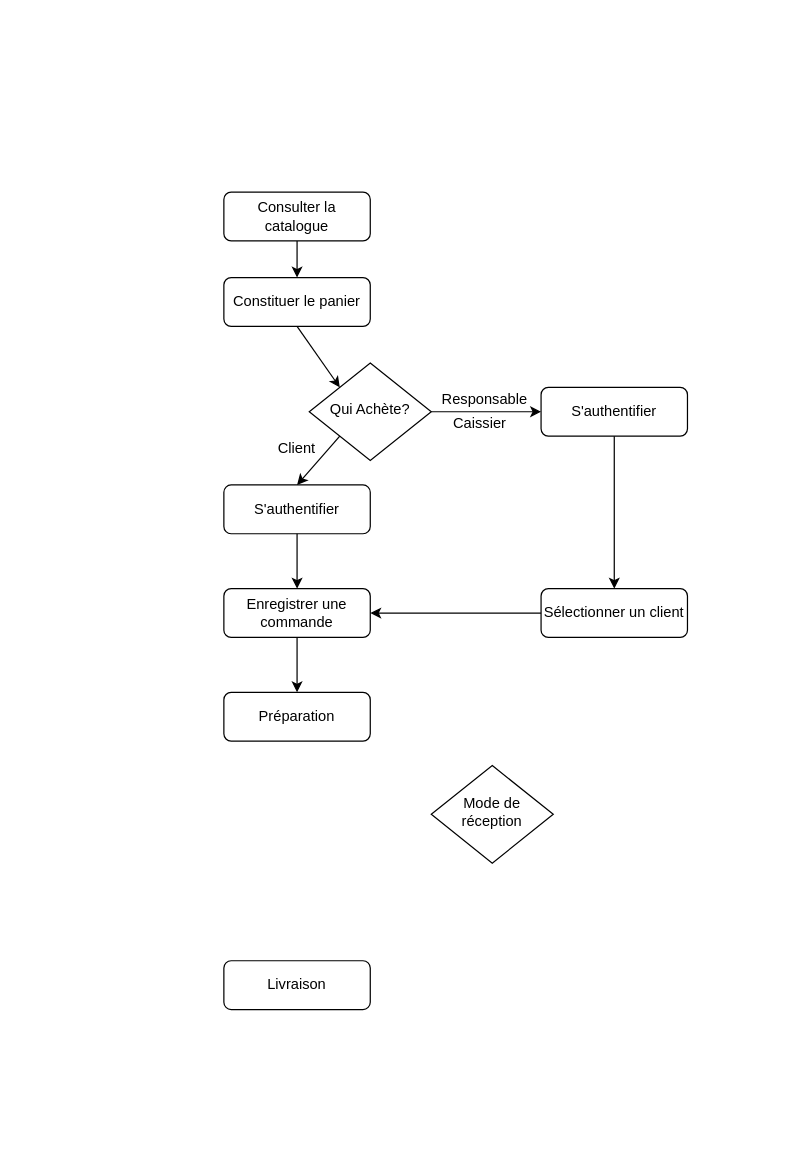
The draw.io diagram life cycle Diagram.drawio in Maayaavi/OC_Project_4, before the edit. Source tidied: cells renumbered, new cells numbered last; positions are measured from the earlier drawing's top-left corner, leaving out a move shared by most shapes. Both pictures are drawn from the tidied source at 122%, with x=0, y=0 at pixel (223, 192).
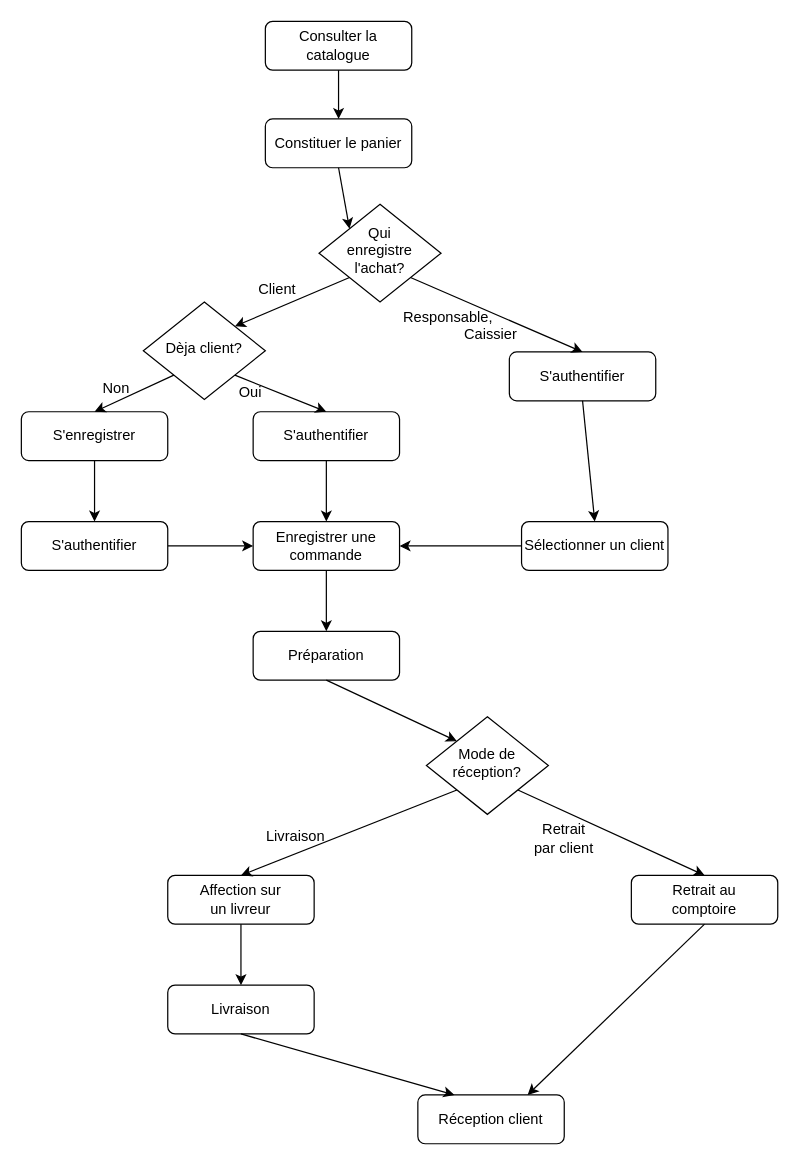
After the change.

Change to the diagram source:
```diff
@@
     <mxCell id="2" value="Consulter la catalogue" style="rounded=1;whiteSpace=wrap;html=1;fontSize=12;glass=0;strokeWidth=1;shadow=0;" parent="1" vertex="1">
-      <mxGeometry width="120" height="40" as="geometry" />
+      <mxGeometry x="34" y="-140" width="120" height="40" as="geometry" />
     </mxCell>
-    <mxCell id="3" value="Qui Achète?" style="rhombus;whiteSpace=wrap;html=1;shadow=0;fontFamily=Helvetica;fontSize=12;align=center;strokeWidth=1;spacing=6;spacingTop=-4;" parent="1" vertex="1">
-      <mxGeometry x="70" y="140" width="100" height="80" as="geometry" />
+    <mxCell id="3" value="Qui &lt;br&gt;enregistre l'achat?" style="rhombus;whiteSpace=wrap;html=1;shadow=0;fontFamily=Helvetica;fontSize=12;align=center;strokeWidth=1;spacing=6;spacingTop=-4;" parent="1" vertex="1">
+      <mxGeometry x="78" y="10" width="100" height="80" as="geometry" />
     </mxCell>
     <mxCell id="4" value="S'authentifier" style="rounded=1;whiteSpace=wrap;html=1;fontSize=12;glass=0;strokeWidth=1;shadow=0;" parent="1" vertex="1">
-      <mxGeometry x="260" y="160" width="120" height="40" as="geometry" />
+      <mxGeometry x="234" y="131" width="120" height="40" as="geometry" />
     </mxCell>
     <mxCell id="5" value="Constituer le panier" style="rounded=1;whiteSpace=wrap;html=1;fontSize=12;glass=0;strokeWidth=1;shadow=0;" parent="1" vertex="1">
-      <mxGeometry y="70" width="120" height="40" as="geometry" />
+      <mxGeometry x="34" y="-60" width="120" height="40" as="geometry" />
     </mxCell>
@@
-    <mxCell id="7" style="endArrow=classic;html=1;exitX=1;exitY=0.5;exitDx=0;exitDy=0;entryX=0;entryY=0.5;entryDx=0;entryDy=0;" parent="1" edge="1" source="3" target="4">
+    <mxCell id="7" style="endArrow=classic;html=1;exitX=1;exitY=1;exitDx=0;exitDy=0;entryX=0.5;entryY=0;entryDx=0;entryDy=0;" parent="1" edge="1" source="3" target="4">
       <mxGeometry relative="1" as="geometry" />
     </mxCell>
-    <mxCell id="8" value="Responsable" style="text;html=1;strokeColor=none;fillColor=none;align=center;verticalAlign=middle;whiteSpace=wrap;rounded=0;" parent="1" vertex="1">
-      <mxGeometry x="194" y="160" width="40" height="20" as="geometry" />
+    <mxCell id="8" value="Responsable," style="text;html=1;strokeColor=none;fillColor=none;align=center;verticalAlign=middle;whiteSpace=wrap;rounded=0;" parent="1" vertex="1">
+      <mxGeometry x="164" y="93" width="40" height="20" as="geometry" />
     </mxCell>
-    <mxCell id="9" value="Caissier" style="text;html=1;strokeColor=none;fillColor=none;align=center;verticalAlign=middle;whiteSpace=wrap;rounded=0;" parent="1" vertex="1">
-      <mxGeometry x="190" y="180" width="40" height="20" as="geometry" />
-    </mxCell>
     <mxCell id="10" value="S'authentifier" style="rounded=1;whiteSpace=wrap;html=1;fontSize=12;glass=0;strokeWidth=1;shadow=0;" parent="1" vertex="1">
-      <mxGeometry y="240" width="120" height="40" as="geometry" />
+      <mxGeometry x="24" y="180" width="120" height="40" as="geometry" />
     </mxCell>
@@
-    <mxCell id="12" style="endArrow=classic;html=1;exitX=0;exitY=1;exitDx=0;exitDy=0;entryX=0.5;entryY=0;entryDx=0;entryDy=0;" parent="1" edge="1" source="3" target="10">
+    <mxCell id="12" style="endArrow=classic;html=1;exitX=0;exitY=1;exitDx=0;exitDy=0;entryX=1;entryY=0;entryDx=0;entryDy=0;" parent="1" edge="1" source="3" target="23">
       <mxGeometry relative="1" as="geometry" />
     </mxCell>
     <mxCell id="13" value="Client" style="text;html=1;strokeColor=none;fillColor=none;align=center;verticalAlign=middle;whiteSpace=wrap;rounded=0;" parent="1" vertex="1">
-      <mxGeometry x="40" y="200" width="40" height="20" as="geometry" />
+      <mxGeometry x="24" y="70" width="40" height="20" as="geometry" />
     </mxCell>
     <mxCell id="14" value="Enregistrer une commande" style="rounded=1;whiteSpace=wrap;html=1;fontSize=12;glass=0;strokeWidth=1;shadow=0;" parent="1" vertex="1">
-      <mxGeometry y="325" width="120" height="40" as="geometry" />
+      <mxGeometry x="24" y="270" width="120" height="40" as="geometry" />
     </mxCell>
@@
     <mxCell id="16" value="Sélectionner un client" style="rounded=1;whiteSpace=wrap;html=1;fontSize=12;glass=0;strokeWidth=1;shadow=0;" parent="1" vertex="1">
-      <mxGeometry x="260" y="325" width="120" height="40" as="geometry" />
+      <mxGeometry x="244" y="270" width="120" height="40" as="geometry" />
     </mxCell>
@@
     <mxCell id="19" value="Préparation" style="rounded=1;whiteSpace=wrap;html=1;fontSize=12;glass=0;strokeWidth=1;shadow=0;" parent="1" vertex="1">
-      <mxGeometry y="410" width="120" height="40" as="geometry" />
+      <mxGeometry x="24" y="360" width="120" height="40" as="geometry" />
     </mxCell>
@@
-    <mxCell id="21" value="Livraison" style="rounded=1;whiteSpace=wrap;html=1;fontSize=12;glass=0;strokeWidth=1;shadow=0;" parent="1" vertex="1">
-      <mxGeometry y="630" width="120" height="40" as="geometry" />
+    <mxCell id="21" value="Affection sur&lt;br&gt;un livreur" style="rounded=1;whiteSpace=wrap;html=1;fontSize=12;glass=0;strokeWidth=1;shadow=0;" parent="1" vertex="1">
+      <mxGeometry x="-46" y="560" width="120" height="40" as="geometry" />
     </mxCell>
-    <mxCell id="22" value="Mode de&lt;br&gt;réception" style="rhombus;whiteSpace=wrap;html=1;shadow=0;fontFamily=Helvetica;fontSize=12;align=center;strokeWidth=1;spacing=6;spacingTop=-4;" parent="1" vertex="1">
-      <mxGeometry x="170" y="470" width="100" height="80" as="geometry" />
+    <mxCell id="22" value="Mode de&lt;br&gt;réception?" style="rhombus;whiteSpace=wrap;html=1;shadow=0;fontFamily=Helvetica;fontSize=12;align=center;strokeWidth=1;spacing=6;spacingTop=-4;" parent="1" vertex="1">
+      <mxGeometry x="166" y="430" width="100" height="80" as="geometry" />
     </mxCell>
+    <mxCell id="23" value="Dèja client?" style="rhombus;whiteSpace=wrap;html=1;shadow=0;fontFamily=Helvetica;fontSize=12;align=center;strokeWidth=1;spacing=6;spacingTop=-4;" parent="1" vertex="1">
+      <mxGeometry x="-66" y="90" width="100" height="80" as="geometry" />
+    </mxCell>
+    <mxCell id="24" style="endArrow=classic;html=1;exitX=1;exitY=1;exitDx=0;exitDy=0;entryX=0.5;entryY=0;entryDx=0;entryDy=0;" parent="1" edge="1" source="23" target="10">
+      <mxGeometry relative="1" as="geometry" />
+    </mxCell>
+    <mxCell id="25" value="S'enregistrer" style="rounded=1;whiteSpace=wrap;html=1;fontSize=12;glass=0;strokeWidth=1;shadow=0;" parent="1" vertex="1">
+      <mxGeometry x="-166" y="180" width="120" height="40" as="geometry" />
+    </mxCell>
+    <mxCell id="26" value="Oui" style="text;html=1;strokeColor=none;fillColor=none;align=center;verticalAlign=middle;whiteSpace=wrap;rounded=0;" parent="1" vertex="1">
+      <mxGeometry x="2" y="154" width="40" height="20" as="geometry" />
+    </mxCell>
+    <mxCell id="27" style="endArrow=classic;html=1;exitX=0;exitY=1;exitDx=0;exitDy=0;entryX=0.5;entryY=0;entryDx=0;entryDy=0;" parent="1" edge="1" source="23" target="25">
+      <mxGeometry relative="1" as="geometry" />
+    </mxCell>
+    <mxCell id="28" style="endArrow=classic;html=1;exitX=1;exitY=0.5;exitDx=0;exitDy=0;entryX=0;entryY=0.5;entryDx=0;entryDy=0;" parent="1" edge="1" source="34" target="14">
+      <mxGeometry relative="1" as="geometry" />
+    </mxCell>
+    <mxCell id="29" value="Non" style="text;html=1;strokeColor=none;fillColor=none;align=center;verticalAlign=middle;whiteSpace=wrap;rounded=0;" parent="1" vertex="1">
+      <mxGeometry x="-108" y="151" width="40" height="20" as="geometry" />
+    </mxCell>
+    <mxCell id="30" style="endArrow=classic;html=1;exitX=0.5;exitY=1;exitDx=0;exitDy=0;entryX=0;entryY=0;entryDx=0;entryDy=0;" parent="1" edge="1" source="19" target="22">
+      <mxGeometry relative="1" as="geometry" />
+    </mxCell>
+    <mxCell id="31" style="endArrow=classic;html=1;exitX=0;exitY=1;exitDx=0;exitDy=0;entryX=0.5;entryY=0;entryDx=0;entryDy=0;" parent="1" edge="1" source="22" target="21">
+      <mxGeometry relative="1" as="geometry" />
+    </mxCell>
+    <mxCell id="32" value="Retrait au&lt;br&gt;comptoire" style="rounded=1;whiteSpace=wrap;html=1;fontSize=12;glass=0;strokeWidth=1;shadow=0;" parent="1" vertex="1">
+      <mxGeometry x="334" y="560" width="120" height="40" as="geometry" />
+    </mxCell>
+    <mxCell id="33" style="endArrow=classic;html=1;exitX=1;exitY=1;exitDx=0;exitDy=0;entryX=0.5;entryY=0;entryDx=0;entryDy=0;" parent="1" edge="1" source="22" target="32">
+      <mxGeometry relative="1" as="geometry" />
+    </mxCell>
+    <mxCell id="34" value="S'authentifier" style="rounded=1;whiteSpace=wrap;html=1;fontSize=12;glass=0;strokeWidth=1;shadow=0;" parent="1" vertex="1">
+      <mxGeometry x="-166" y="270" width="120" height="40" as="geometry" />
+    </mxCell>
+    <mxCell id="35" style="endArrow=classic;html=1;exitX=0.5;exitY=1;exitDx=0;exitDy=0;entryX=0.5;entryY=0;entryDx=0;entryDy=0;" parent="1" edge="1" source="25" target="34">
+      <mxGeometry relative="1" as="geometry" />
+    </mxCell>
+    <mxCell id="9" value="Caissier" style="text;html=1;strokeColor=none;fillColor=none;align=center;verticalAlign=middle;whiteSpace=wrap;rounded=0;" parent="1" vertex="1">
+      <mxGeometry x="199" y="107" width="40" height="20" as="geometry" />
+    </mxCell>
+    <mxCell id="36" value="Retrait&lt;br&gt;par client" style="text;html=1;strokeColor=none;fillColor=none;align=center;verticalAlign=middle;whiteSpace=wrap;rounded=0;" parent="1" vertex="1">
+      <mxGeometry x="244" y="520" width="70" height="20" as="geometry" />
+    </mxCell>
+    <mxCell id="37" value="Livraison" style="rounded=1;whiteSpace=wrap;html=1;fontSize=12;glass=0;strokeWidth=1;shadow=0;" parent="1" vertex="1">
+      <mxGeometry x="-46" y="650" width="120" height="40" as="geometry" />
+    </mxCell>
+    <mxCell id="38" value="Réception client" style="rounded=1;whiteSpace=wrap;html=1;fontSize=12;glass=0;strokeWidth=1;shadow=0;" parent="1" vertex="1">
+      <mxGeometry x="159" y="740" width="120" height="40" as="geometry" />
+    </mxCell>
+    <mxCell id="39" style="endArrow=classic;html=1;exitX=0.5;exitY=1;exitDx=0;exitDy=0;entryX=0.5;entryY=0;entryDx=0;entryDy=0;" parent="1" edge="1" source="21" target="37">
+      <mxGeometry relative="1" as="geometry" />
+    </mxCell>
+    <mxCell id="40" style="endArrow=classic;html=1;exitX=0.5;exitY=1;exitDx=0;exitDy=0;entryX=0.25;entryY=0;entryDx=0;entryDy=0;" parent="1" edge="1" source="37" target="38">
+      <mxGeometry relative="1" as="geometry" />
+    </mxCell>
+    <mxCell id="41" style="endArrow=classic;html=1;exitX=0.5;exitY=1;exitDx=0;exitDy=0;entryX=0.75;entryY=0;entryDx=0;entryDy=0;" parent="1" edge="1" source="32" target="38">
+      <mxGeometry relative="1" as="geometry" />
+    </mxCell>
+    <mxCell id="42" value="Livraison" style="text;html=1;strokeColor=none;fillColor=none;align=center;verticalAlign=middle;whiteSpace=wrap;rounded=0;" parent="1" vertex="1">
+      <mxGeometry x="24" y="518" width="70" height="20" as="geometry" />
+    </mxCell>
```
